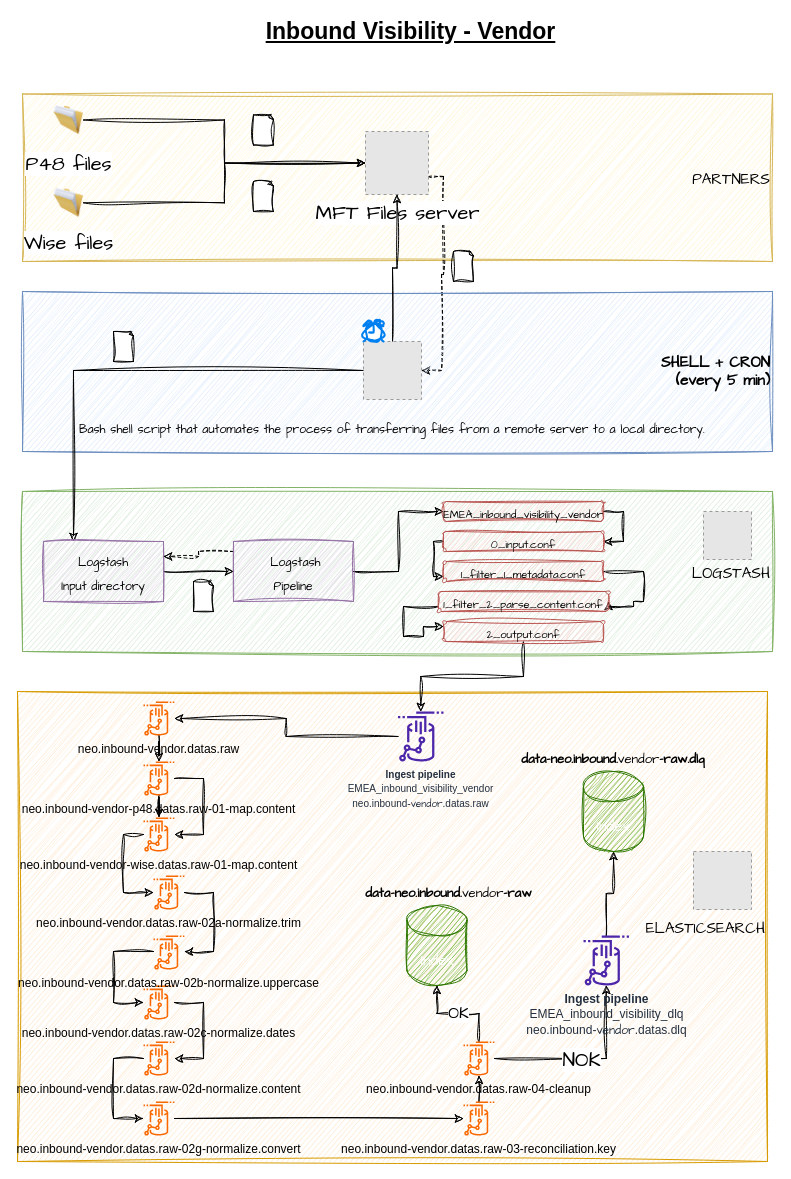
Earlier version of the draw.io diagram Inbound_Visibility-vendor.drawio (baranharis/Diagram-LOREAL). Source tidied: cells renumbered, new cells numbered last; positions are measured from the earlier drawing's top-left corner, leaving out a move shared by most shapes. Both pictures are drawn from the tidied source at 100%, with x=0, y=0 at pixel (17, 21). Pictures stored in the file or linked from it are replaced by grey dashed boxes.
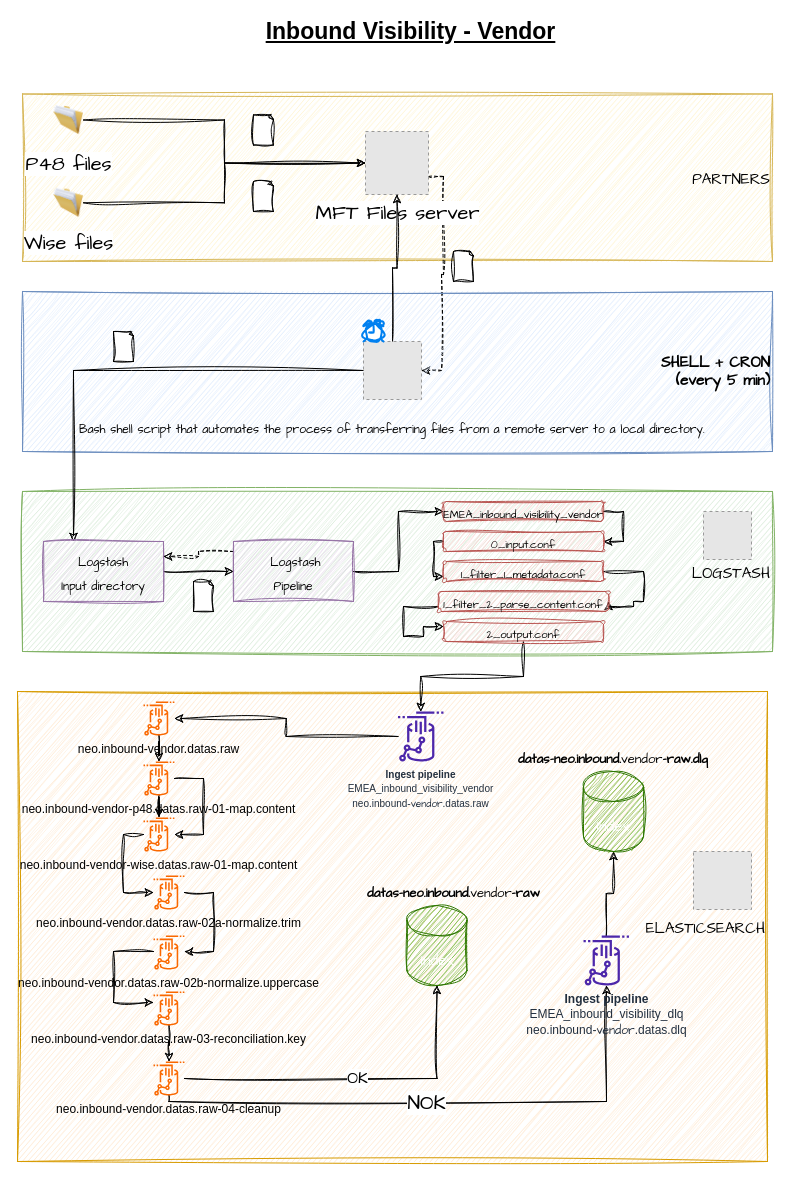
Above is the later version.

Commit message:
Mettre à jour Inbound_Visibility-vendor.drawio

Unchanged cells that the change refers to:
```xml
<mxCell id="48" value="neo.inbound-vendor.datas.raw-02b-normalize.uppercase" style="sketch=0;outlineConnect=0;fillColor=#fa6800;strokeColor=#C73500;dashed=0;verticalLabelPosition=bottom;verticalAlign=top;align=center;html=1;fontSize=12;fontStyle=0;shape=mxgraph.aws4.redshift_streaming_ingestion;fontColor=#000000;" parent="1" vertex="1">
  <mxGeometry x="136" y="914" width="30.9" height="34" as="geometry" />
</mxCell>
<mxCell id="64" value="&lt;span style=&quot;border-color: var(--border-color); font-family: Helvetica;&quot;&gt;&lt;b&gt;Ingest pipeline&lt;/b&gt;&lt;br&gt;EMEA_inbound_visibility_dlq&lt;br&gt;&lt;/span&gt;&lt;font face=&quot;Helvetica&quot;&gt;neo.inbound-&lt;/font&gt;vendor&lt;font face=&quot;Helvetica&quot;&gt;.datas.dlq&lt;/font&gt;" style="sketch=0;outlineConnect=0;fontColor=#232F3E;gradientColor=none;fillColor=#4D27AA;strokeColor=none;dashed=0;verticalLabelPosition=bottom;verticalAlign=top;align=center;html=1;fontSize=12;fontStyle=0;shape=mxgraph.aws4.redshift_streaming_ingestion;hachureGap=4;jiggle=2;curveFitting=1;fontFamily=Architects Daughter;" parent="1" vertex="1">
  <mxGeometry x="566" y="914" width="45.5" height="50" as="geometry" />
</mxCell>
```

Change to the diagram source:
```diff
@@
     <mxCell id="39" style="edgeStyle=orthogonalEdgeStyle;rounded=0;sketch=1;hachureGap=4;jiggle=2;curveFitting=1;jettySize=auto;html=1;fontFamily=Architects Daughter;fontSize=16;" parent="1" edge="1" source="40" target="61">
-      <mxGeometry relative="1" as="geometry">
-        <Array as="points">
-          <mxPoint x="456" y="1097" />
-          <mxPoint x="456" y="1040" />
-        </Array>
-      </mxGeometry>
+      <mxGeometry relative="1" as="geometry" />
     </mxCell>
     <mxCell id="40" value="neo.inbound-vendor.datas.raw-03-reconciliation.key" style="sketch=0;outlineConnect=0;fillColor=#fa6800;strokeColor=#C73500;dashed=0;verticalLabelPosition=bottom;verticalAlign=top;align=center;html=1;fontSize=12;fontStyle=0;shape=mxgraph.aws4.redshift_streaming_ingestion;fontColor=#000000;" parent="1" vertex="1">
-      <mxGeometry x="446" y="1080" width="30.9" height="34" as="geometry" />
+      <mxGeometry x="136" y="970" width="30.9" height="34" as="geometry" />
     </mxCell>
-    <mxCell id="41" style="edgeStyle=orthogonalEdgeStyle;rounded=0;sketch=1;hachureGap=4;jiggle=2;curveFitting=1;jettySize=auto;html=1;fontFamily=Architects Daughter;fontSize=16;" parent="1" edge="1" source="42" target="40">
-      <mxGeometry relative="1" as="geometry" />
-    </mxCell>
-    <mxCell id="42" value="neo.inbound-vendor.datas.raw-02g-normalize.convert" style="sketch=0;outlineConnect=0;fillColor=#fa6800;strokeColor=#C73500;dashed=0;verticalLabelPosition=bottom;verticalAlign=top;align=center;html=1;fontSize=12;fontStyle=0;shape=mxgraph.aws4.redshift_streaming_ingestion;fontColor=#000000;" parent="1" vertex="1">
-      <mxGeometry x="126" y="1080" width="30.9" height="34" as="geometry" />
-    </mxCell>
-    <mxCell id="43" style="edgeStyle=orthogonalEdgeStyle;rounded=0;sketch=1;hachureGap=4;jiggle=2;curveFitting=1;jettySize=auto;html=1;fontFamily=Architects Daughter;fontSize=16;" parent="1" edge="1" source="44" target="42">
-      <mxGeometry relative="1" as="geometry">
-        <Array as="points">
-          <mxPoint x="96" y="1037" />
-          <mxPoint x="96" y="1097" />
-        </Array>
-      </mxGeometry>
-    </mxCell>
-    <mxCell id="44" value="neo.inbound-vendor.datas.raw-02d-normalize.content" style="sketch=0;outlineConnect=0;fillColor=#fa6800;strokeColor=#C73500;dashed=0;verticalLabelPosition=bottom;verticalAlign=top;align=center;html=1;fontSize=12;fontStyle=0;shape=mxgraph.aws4.redshift_streaming_ingestion;fontColor=#000000;" parent="1" vertex="1">
-      <mxGeometry x="126" y="1020" width="30.9" height="34" as="geometry" />
-    </mxCell>
-    <mxCell id="45" style="edgeStyle=orthogonalEdgeStyle;rounded=0;sketch=1;hachureGap=4;jiggle=2;curveFitting=1;jettySize=auto;html=1;fontFamily=Architects Daughter;fontSize=16;" parent="1" edge="1" source="46" target="44">
-      <mxGeometry relative="1" as="geometry">
-        <Array as="points">
-          <mxPoint x="186" y="981" />
-          <mxPoint x="186" y="1037" />
-        </Array>
-      </mxGeometry>
-    </mxCell>
-    <mxCell id="46" value="neo.inbound-vendor.datas.raw-02c-normalize.dates" style="sketch=0;outlineConnect=0;fillColor=#fa6800;strokeColor=#C73500;dashed=0;verticalLabelPosition=bottom;verticalAlign=top;align=center;html=1;fontSize=12;fontStyle=0;shape=mxgraph.aws4.redshift_streaming_ingestion;fontColor=#000000;" parent="1" vertex="1">
-      <mxGeometry x="126" y="964" width="30.9" height="34" as="geometry" />
-    </mxCell>
-    <mxCell id="47" style="edgeStyle=orthogonalEdgeStyle;rounded=0;sketch=1;hachureGap=4;jiggle=2;curveFitting=1;jettySize=auto;html=1;fontFamily=Architects Daughter;fontSize=16;" parent="1" edge="1" source="48" target="46">
+    <mxCell id="47" style="edgeStyle=orthogonalEdgeStyle;rounded=0;sketch=1;hachureGap=4;jiggle=2;curveFitting=1;jettySize=auto;html=1;fontFamily=Architects Daughter;fontSize=16;" parent="1" edge="1" source="48" target="40">
       <mxGeometry relative="1" as="geometry">
         <Array as="points">
           <mxPoint x="96" y="930" />
           <mxPoint x="96" y="981" />
         </Array>
       </mxGeometry>
     </mxCell>
@@
     <mxCell id="59" style="edgeStyle=orthogonalEdgeStyle;rounded=0;sketch=1;hachureGap=4;jiggle=2;curveFitting=1;jettySize=auto;html=1;fontFamily=Architects Daughter;fontSize=16;" parent="1" edge="1" source="61" target="64">
-      <mxGeometry relative="1" as="geometry" />
+      <mxGeometry relative="1" as="geometry">
+        <Array as="points">
+          <mxPoint x="152" y="1080" />
+          <mxPoint x="589" y="1080" />
+        </Array>
+      </mxGeometry>
     </mxCell>
@@
     <mxCell id="61" value="neo.inbound-vendor.datas.raw-04-cleanup" style="sketch=0;outlineConnect=0;fillColor=#fa6800;strokeColor=#C73500;dashed=0;verticalLabelPosition=bottom;verticalAlign=top;align=center;html=1;fontSize=12;fontStyle=0;shape=mxgraph.aws4.redshift_streaming_ingestion;fontColor=#000000;" parent="1" vertex="1">
-      <mxGeometry x="446" y="1020" width="30.9" height="34" as="geometry" />
+      <mxGeometry x="136" y="1040" width="30.9" height="34" as="geometry" />
     </mxCell>
@@
-    <mxCell id="66" value="&lt;font style=&quot;font-size: 13px;&quot;&gt;&lt;b&gt;data-neo.inbound.&lt;/b&gt;vendor&lt;b&gt;-raw&lt;/b&gt;&lt;/font&gt;" style="text;html=1;strokeColor=none;fillColor=none;align=center;verticalAlign=middle;whiteSpace=wrap;rounded=0;fontSize=20;fontFamily=Architects Daughter;" parent="1" vertex="1">
-      <mxGeometry x="345.5" y="854" width="170.5" height="30" as="geometry" />
+    <mxCell id="66" value="&lt;font style=&quot;font-size: 13px;&quot;&gt;&lt;b&gt;datas-neo.inbound.&lt;/b&gt;vendor&lt;b&gt;-raw&lt;/b&gt;&lt;/font&gt;" style="text;html=1;strokeColor=none;fillColor=none;align=center;verticalAlign=middle;whiteSpace=wrap;rounded=0;fontSize=20;fontFamily=Architects Daughter;" parent="1" vertex="1">
+      <mxGeometry x="345.5" y="854" width="180.5" height="30" as="geometry" />
     </mxCell>
-    <mxCell id="67" value="&lt;font style=&quot;font-size: 13px;&quot;&gt;&lt;b&gt;data-neo.inbound.&lt;/b&gt;vendor&lt;b&gt;-raw.dlq&lt;/b&gt;&lt;/font&gt;" style="text;html=1;strokeColor=none;fillColor=none;align=center;verticalAlign=middle;whiteSpace=wrap;rounded=0;fontSize=20;fontFamily=Architects Daughter;" parent="1" vertex="1">
+    <mxCell id="67" value="&lt;font style=&quot;font-size: 13px;&quot;&gt;&lt;b&gt;datas-neo.inbound.&lt;/b&gt;vendor&lt;b&gt;-raw.dlq&lt;/b&gt;&lt;/font&gt;" style="text;html=1;strokeColor=none;fillColor=none;align=center;verticalAlign=middle;whiteSpace=wrap;rounded=0;fontSize=20;fontFamily=Architects Daughter;" parent="1" vertex="1">
       <mxGeometry x="496" y="720" width="200" height="30" as="geometry" />
     </mxCell>
```
